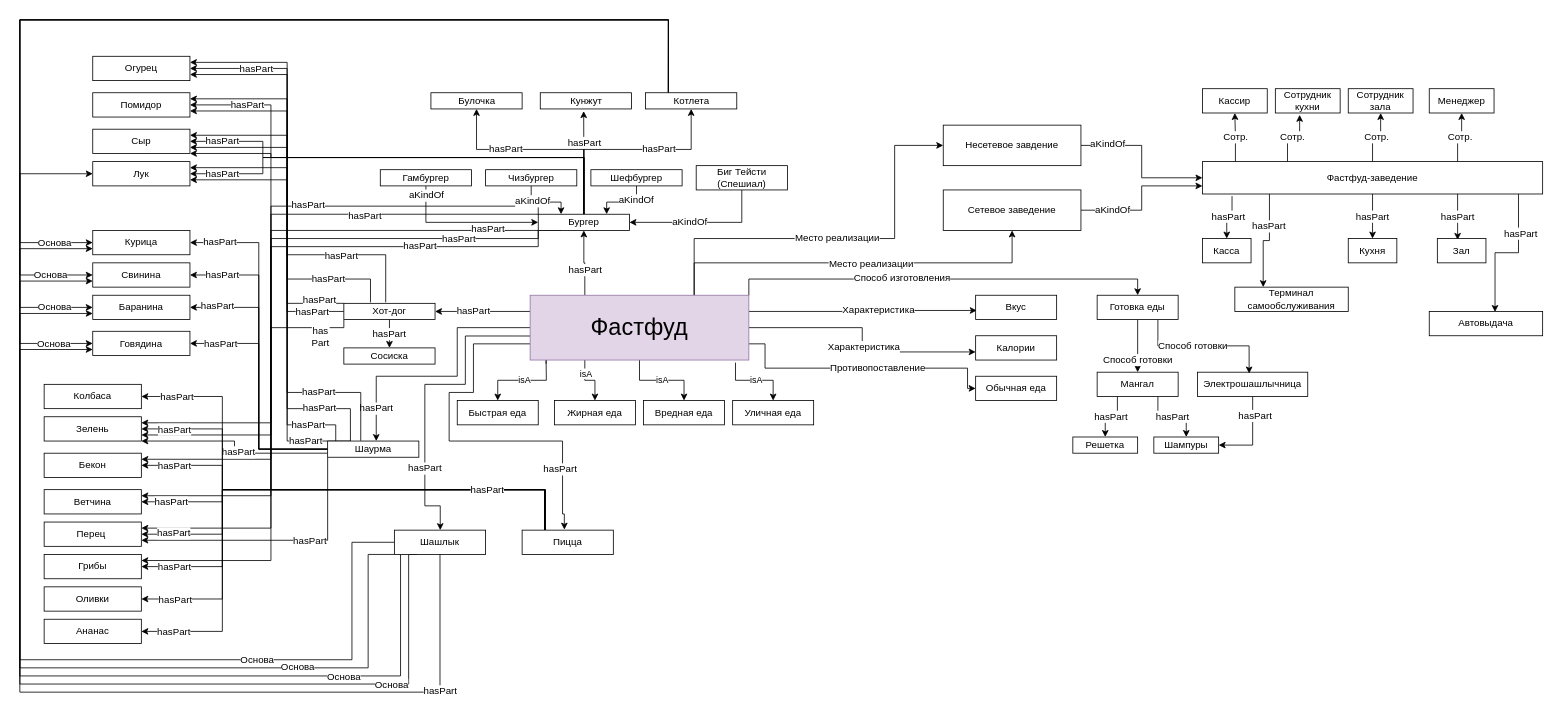
rusvlp/UML keeps this draw.io diagram as diagrams/Фастфуд - семантическая сеть.drawio. Above is the earlier version. Source tidied: cells renumbered, new cells numbered last; positions are measured from the earlier drawing's top-left corner, leaving out a move shared by most shapes. Both pictures are drawn from the tidied source at 81%, with x=0, y=0 at pixel (19, 19).
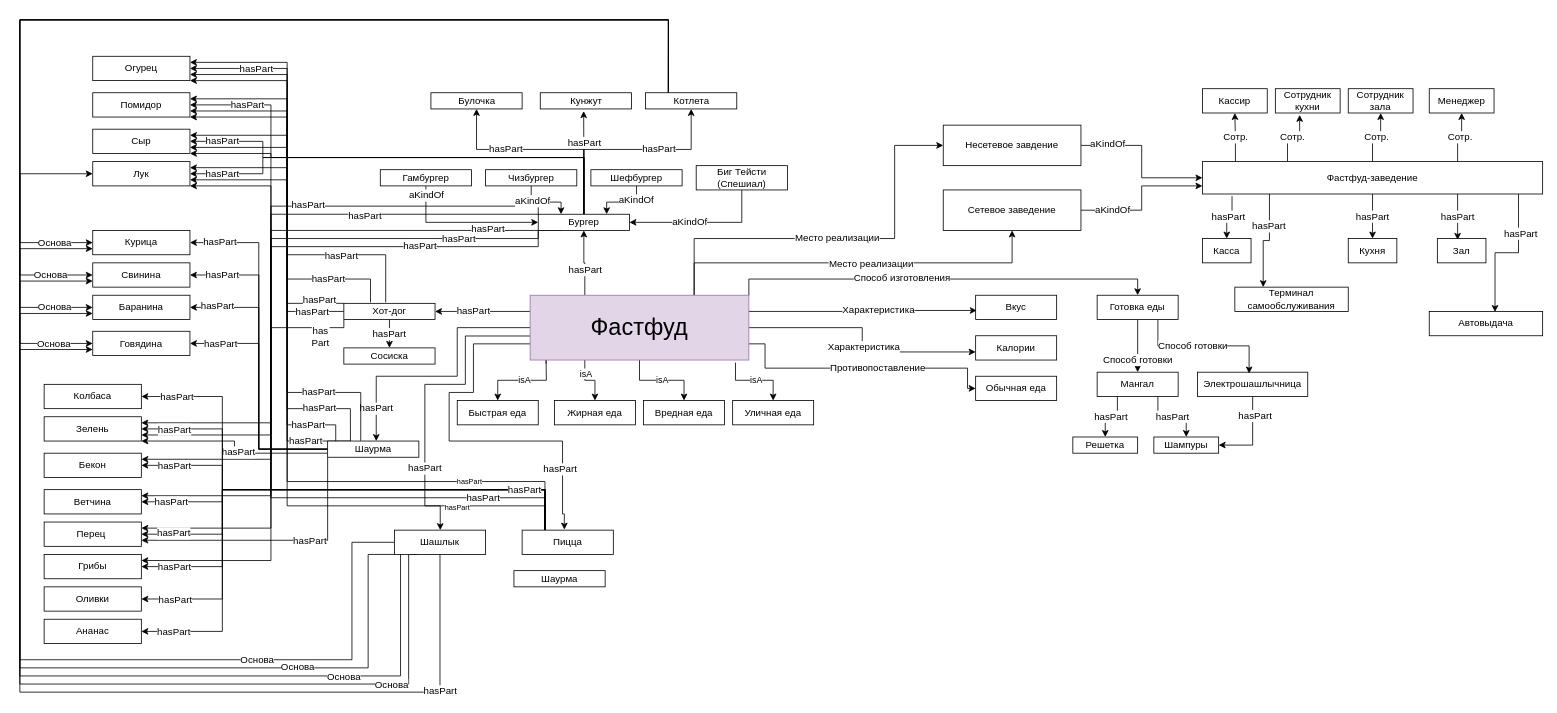
After the change.

The change refers to these unchanged cells:
```xml
<mxCell id="75" value="Огурец" style="rounded=0;whiteSpace=wrap;html=1;fontSize=12;" parent="1" vertex="1">
  <mxGeometry x="90" y="45" width="120" height="30" as="geometry" />
</mxCell>
<mxCell id="76" value="Помидор" style="rounded=0;whiteSpace=wrap;html=1;fontSize=12;" parent="1" vertex="1">
  <mxGeometry x="90" y="90" width="120" height="30" as="geometry" />
</mxCell>
<mxCell id="78" value="Лук" style="rounded=0;whiteSpace=wrap;html=1;fontSize=12;" parent="1" vertex="1">
  <mxGeometry x="90" y="175" width="120" height="30" as="geometry" />
</mxCell>
<mxCell id="177" style="edgeStyle=orthogonalEdgeStyle;rounded=0;jettySize=auto;html=1;exitX=0.25;exitY=0;exitDx=0;exitDy=0;entryX=1;entryY=1;entryDx=0;entryDy=0;fontSize=12;" parent="1" edge="1" source="179" target="77">
  <mxGeometry relative="1" as="geometry">
    <Array as="points">
      <mxPoint x="648" y="580" />
      <mxPoint x="310" y="580" />
      <mxPoint x="310" y="165" />
    </Array>
  </mxGeometry>
</mxCell>
<mxCell id="179" value="Пицца" style="rounded=0;whiteSpace=wrap;html=1;fontSize=12;" parent="1" vertex="1">
  <mxGeometry x="620.1" y="630" width="112.6" height="30" as="geometry" />
</mxCell>
```

Change to the diagram source:
```diff
@@
     <mxCell id="178" value="hasPart" style="edgeLabel;html=1;align=center;verticalAlign=middle;fontSize=12;" parent="177" vertex="1">
-      <mxGeometry x="-0.73" relative="1" as="geometry" />
+      <mxGeometry x="-0.73" relative="1" as="geometry">
+        <mxPoint x="46" as="offset" />
+      </mxGeometry>
     </mxCell>
+    <mxCell id="188" style="edgeStyle=orthogonalEdgeStyle;rounded=0;jettySize=auto;html=1;exitX=0.25;exitY=0;exitDx=0;exitDy=0;entryX=1;entryY=1;entryDx=0;entryDy=0;fontSize=12;" parent="1" edge="1" source="179" target="78">
+      <mxGeometry relative="1" as="geometry">
+        <Array as="points">
+          <mxPoint x="648" y="590" />
+          <mxPoint x="310" y="590" />
+          <mxPoint x="310" y="205" />
+        </Array>
+      </mxGeometry>
+    </mxCell>
+    <mxCell id="189" value="hasPart" style="edgeLabel;html=1;align=center;verticalAlign=middle;fontSize=12;" parent="188" vertex="1">
+      <mxGeometry x="-0.73" relative="1" as="geometry" />
+    </mxCell>
+    <mxCell id="190" style="edgeStyle=orthogonalEdgeStyle;rounded=0;jettySize=auto;html=1;exitX=0.25;exitY=0;exitDx=0;exitDy=0;entryX=1;entryY=1;entryDx=0;entryDy=0;fontSize=12;" parent="1" edge="1" source="179" target="76">
+      <mxGeometry relative="1" as="geometry">
+        <Array as="points">
+          <mxPoint x="648" y="600" />
+          <mxPoint x="330" y="600" />
+          <mxPoint x="330" y="120" />
+        </Array>
+      </mxGeometry>
+    </mxCell>
+    <mxCell id="191" value="&lt;font style=&quot;font-size: 9px;&quot;&gt;hasPart&lt;/font&gt;" style="edgeLabel;html=1;align=center;verticalAlign=middle;fontSize=12;" parent="190" vertex="1">
+      <mxGeometry x="-0.69" y="1" relative="1" as="geometry">
+        <mxPoint x="8" as="offset" />
+      </mxGeometry>
+    </mxCell>
+    <mxCell id="192" style="edgeStyle=orthogonalEdgeStyle;rounded=0;jettySize=auto;html=1;exitX=0.25;exitY=0;exitDx=0;exitDy=0;entryX=1;entryY=1;entryDx=0;entryDy=0;fontSize=9;" parent="1" edge="1" source="179" target="75">
+      <mxGeometry relative="1" as="geometry">
+        <Array as="points">
+          <mxPoint x="648" y="570" />
+          <mxPoint x="330" y="570" />
+          <mxPoint x="330" y="75" />
+        </Array>
+      </mxGeometry>
+    </mxCell>
+    <mxCell id="193" value="hasPart" style="edgeLabel;html=1;align=center;verticalAlign=middle;fontSize=9;" parent="192" vertex="1">
+      <mxGeometry x="-0.69" relative="1" as="geometry" />
+    </mxCell>
@@
+    <mxCell id="194" value="Шаурма" style="rounded=0;whiteSpace=wrap;html=1;fontSize=12;" parent="1" vertex="1">
+      <mxGeometry x="610" y="680" width="112.6" height="20" as="geometry" />
+    </mxCell>
```
